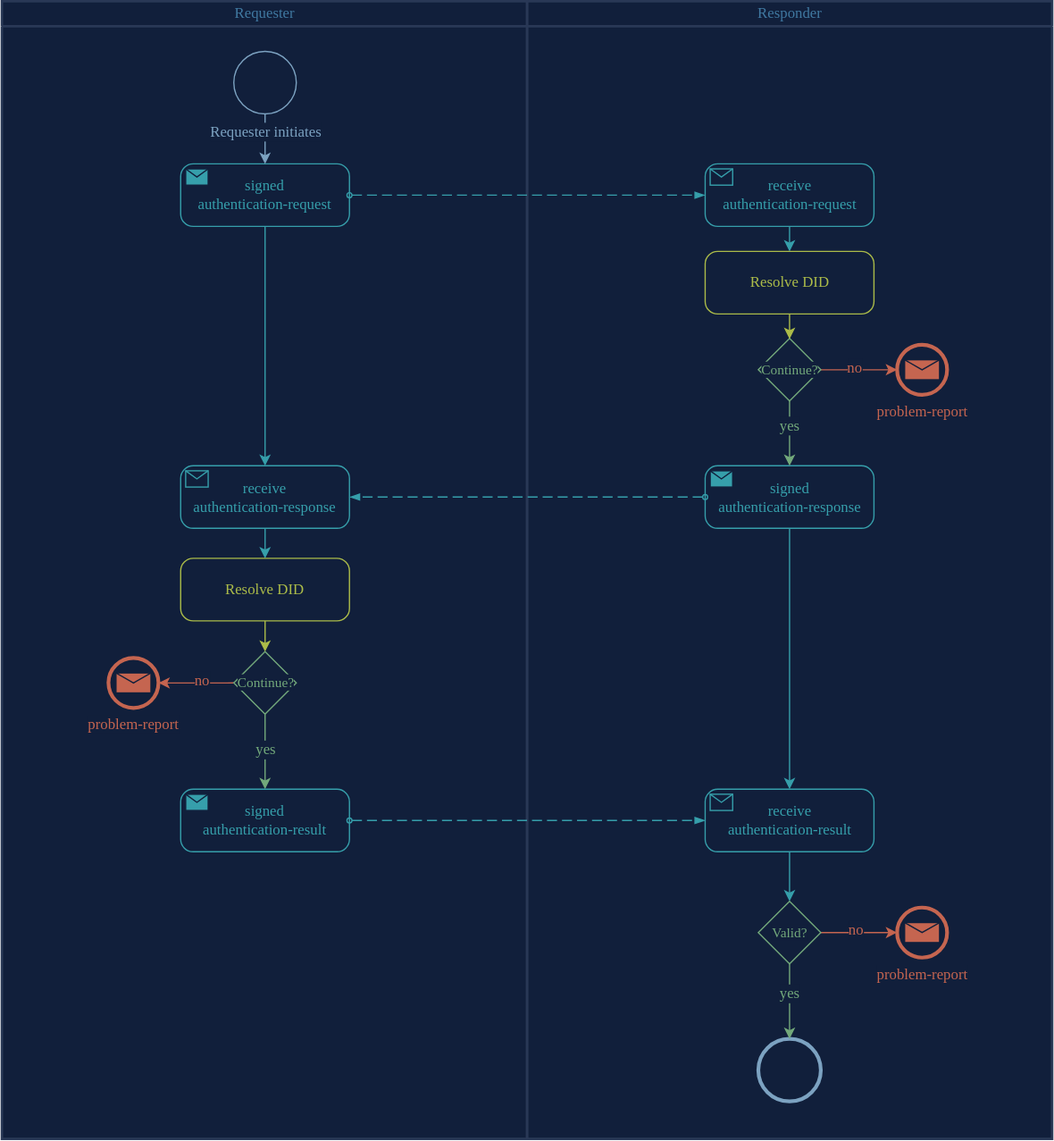
This is documentation/static/img/didcomm/authentication.drawio.svg from JSto91/identity.rs, a draw.io export, as it was before one commit. Source tidied: cells renumbered, new cells last; positions are measured from the earlier drawing's top-left corner, leaving out a move shared by most shapes.
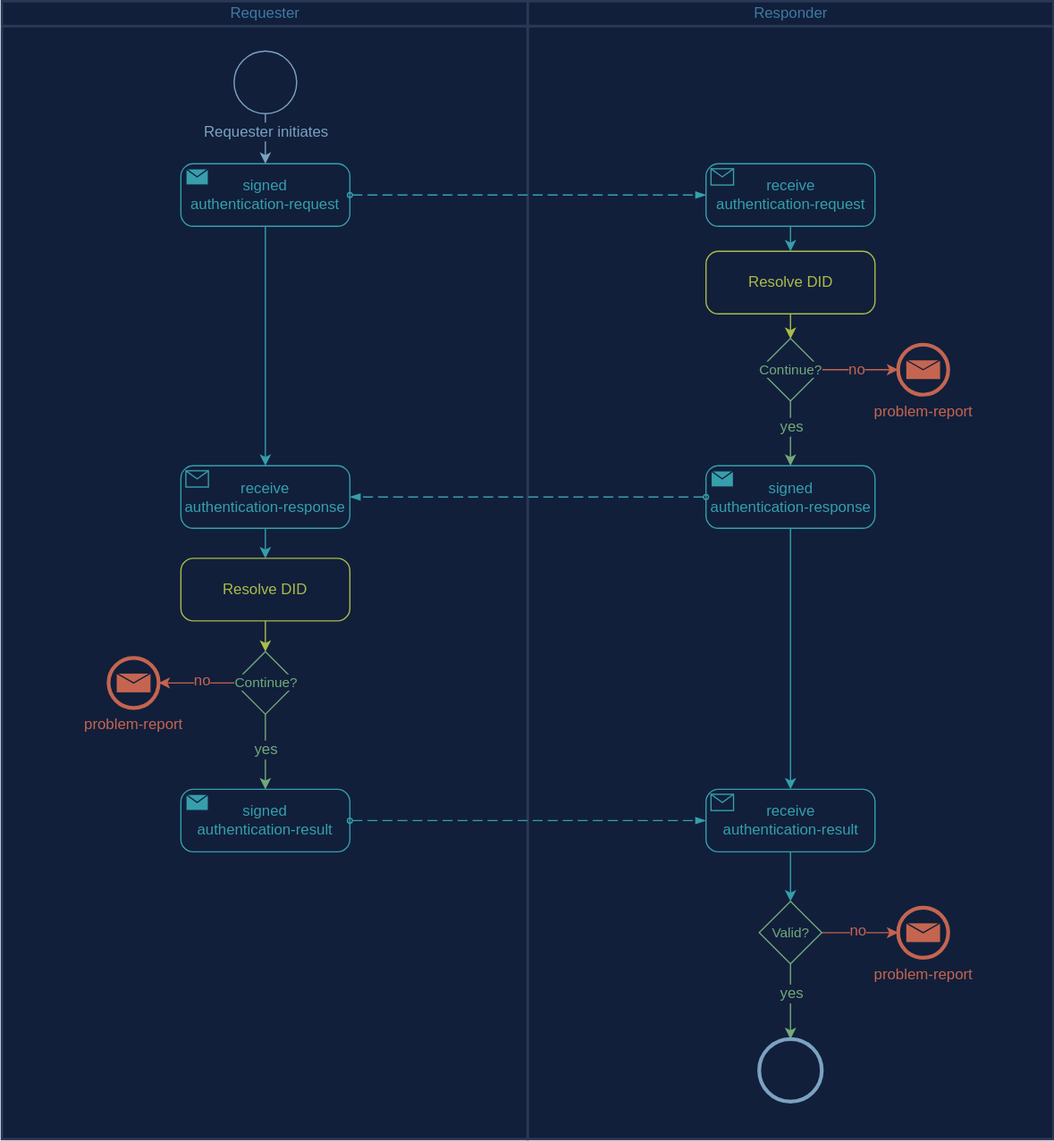
The same diagram one commit later.

Diff of the diagram source:
```diff
@@ -4,3 +4,3 @@
     <mxCell id="1" parent="0" />
-    <mxCell id="2" value="Responder" style="swimlane;html=1;startSize=20;fontStyle=0;horizontal=1;swimlaneLine=1;strokeWidth=2;swimlaneFillColor=#111F3B;fillColor=#111F3B;strokeColor=#293856;fontColor=#4079A1;fontFamily=Tahoma;" parent="1" vertex="1">
+    <mxCell id="2" value="&lt;font face=&quot;Helvetica&quot;&gt;Responder&lt;/font&gt;" style="swimlane;html=1;startSize=20;fontStyle=0;horizontal=1;swimlaneLine=1;strokeWidth=2;swimlaneFillColor=#111F3B;fillColor=#111F3B;strokeColor=#293856;fontColor=#4079A1;fontFamily=Tahoma;" parent="1" vertex="1">
       <mxGeometry x="420" y="0.4" width="420" height="909.6" as="geometry" />
@@ -16,3 +16,3 @@
     </mxCell>
-    <mxCell id="4" value="receive &#10;authentication-request" style="points=[[0.25,0,0],[0.5,0,0],[0.75,0,0],[1,0.25,0],[1,0.5,0],[1,0.75,0],[0.75,1,0],[0.5,1,0],[0.25,1,0],[0,0.75,0],[0,0.5,0],[0,0.25,0]];shape=mxgraph.bpmn.task;whiteSpace=wrap;rectStyle=rounded;size=10;taskMarker=receive;strokeColor=#369FAB;fillColor=#111F3B;fontColor=#369FAB;fontFamily=Tahoma;" parent="2" vertex="1">
+    <mxCell id="4" value="receive &#10;authentication-request" style="points=[[0.25,0,0],[0.5,0,0],[0.75,0,0],[1,0.25,0],[1,0.5,0],[1,0.75,0],[0.75,1,0],[0.5,1,0],[0.25,1,0],[0,0.75,0],[0,0.5,0],[0,0.25,0]];shape=mxgraph.bpmn.task;whiteSpace=wrap;rectStyle=rounded;size=10;taskMarker=receive;strokeColor=#369FAB;fillColor=#111F3B;fontColor=#369FAB;fontFamily=Helvetica;" parent="2" vertex="1">
       <mxGeometry x="142.5" y="130" width="135" height="50" as="geometry" />
@@ -22,3 +22,3 @@
     </mxCell>
-    <mxCell id="6" value="signed&#10;authentication-response" style="points=[[0.25,0,0],[0.5,0,0],[0.75,0,0],[1,0.25,0],[1,0.5,0],[1,0.75,0],[0.75,1,0],[0.5,1,0],[0.25,1,0],[0,0.75,0],[0,0.5,0],[0,0.25,0]];shape=mxgraph.bpmn.task;whiteSpace=wrap;rectStyle=rounded;size=10;taskMarker=send;strokeColor=#369FAB;fillColor=#111F3B;fontColor=#369FAB;fontFamily=Tahoma;" parent="2" vertex="1">
+    <mxCell id="6" value="signed&#10;authentication-response" style="points=[[0.25,0,0],[0.5,0,0],[0.75,0,0],[1,0.25,0],[1,0.5,0],[1,0.75,0],[0.75,1,0],[0.5,1,0],[0.25,1,0],[0,0.75,0],[0,0.5,0],[0,0.25,0]];shape=mxgraph.bpmn.task;whiteSpace=wrap;rectStyle=rounded;size=10;taskMarker=send;strokeColor=#369FAB;fillColor=#111F3B;fontColor=#369FAB;fontFamily=Helvetica;" parent="2" vertex="1">
       <mxGeometry x="142.5" y="371.4" width="135" height="50" as="geometry" />
@@ -28,3 +28,3 @@
     </mxCell>
-    <mxCell id="8" value="no" style="edgeLabel;html=1;align=center;verticalAlign=middle;fontSize=12;labelBackgroundColor=#111F3B;fontColor=#C56550;fontFamily=Tahoma;" parent="7" vertex="1">
+    <mxCell id="8" value="no" style="edgeLabel;html=1;align=center;verticalAlign=middle;fontSize=12;labelBackgroundColor=#111F3B;fontColor=#C56550;fontFamily=Helvetica;" parent="7" vertex="1">
       <mxGeometry x="-0.75" relative="1" as="geometry">
@@ -36,6 +36,6 @@
     </mxCell>
-    <mxCell id="10" value="receive &#10;authentication-result" style="points=[[0.25,0,0],[0.5,0,0],[0.75,0,0],[1,0.25,0],[1,0.5,0],[1,0.75,0],[0.75,1,0],[0.5,1,0],[0.25,1,0],[0,0.75,0],[0,0.5,0],[0,0.25,0]];shape=mxgraph.bpmn.task;whiteSpace=wrap;rectStyle=rounded;size=10;taskMarker=receive;strokeColor=#369FAB;fillColor=#111F3B;fontColor=#369FAB;fontFamily=Tahoma;" parent="2" vertex="1">
+    <mxCell id="10" value="receive &#10;authentication-result" style="points=[[0.25,0,0],[0.5,0,0],[0.75,0,0],[1,0.25,0],[1,0.5,0],[1,0.75,0],[0.75,1,0],[0.5,1,0],[0.25,1,0],[0,0.75,0],[0,0.5,0],[0,0.25,0]];shape=mxgraph.bpmn.task;whiteSpace=wrap;rectStyle=rounded;size=10;taskMarker=receive;strokeColor=#369FAB;fillColor=#111F3B;fontColor=#369FAB;fontFamily=Helvetica;" parent="2" vertex="1">
       <mxGeometry x="142.5" y="630" width="135" height="50" as="geometry" />
     </mxCell>
-    <mxCell id="11" value="problem-report" style="points=[[0.145,0.145,0],[0.5,0,0],[0.855,0.145,0],[1,0.5,0],[0.855,0.855,0],[0.5,1,0],[0.145,0.855,0],[0,0.5,0]];shape=mxgraph.bpmn.event;html=1;verticalLabelPosition=bottom;labelBackgroundColor=#111F3B;verticalAlign=top;align=center;perimeter=ellipsePerimeter;outlineConnect=0;outline=end;symbol=message;fillColor=#111F3B;strokeColor=#C56550;fontColor=#C56550;fontFamily=Tahoma;" parent="2" vertex="1">
+    <mxCell id="11" value="problem-report" style="points=[[0.145,0.145,0],[0.5,0,0],[0.855,0.145,0],[1,0.5,0],[0.855,0.855,0],[0.5,1,0],[0.145,0.855,0],[0,0.5,0]];shape=mxgraph.bpmn.event;html=1;verticalLabelPosition=bottom;labelBackgroundColor=#111F3B;verticalAlign=top;align=center;perimeter=ellipsePerimeter;outlineConnect=0;outline=end;symbol=message;fillColor=#111F3B;strokeColor=#C56550;fontColor=#C56550;fontFamily=Helvetica;" parent="2" vertex="1">
       <mxGeometry x="296" y="274.6" width="40" height="40" as="geometry" />
@@ -45,3 +45,3 @@
     </mxCell>
-    <mxCell id="13" value="yes" style="edgeLabel;html=1;align=center;verticalAlign=middle;fontSize=12;fontColor=#73A97B;labelBackgroundColor=#111F3B;fontFamily=Tahoma;" parent="12" vertex="1">
+    <mxCell id="13" value="yes" style="edgeLabel;html=1;align=center;verticalAlign=middle;fontSize=12;fontColor=#73A97B;labelBackgroundColor=#111F3B;fontFamily=Helvetica;" parent="12" vertex="1">
       <mxGeometry x="0.49" y="1" relative="1" as="geometry">
@@ -50,3 +50,3 @@
     </mxCell>
-    <mxCell id="14" value="Continue?" style="points=[[0.25,0.25,0],[0.5,0,0],[0.75,0.25,0],[1,0.5,0],[0.75,0.75,0],[0.5,1,0],[0.25,0.75,0],[0,0.5,0]];shape=mxgraph.bpmn.gateway2;html=1;verticalLabelPosition=middle;labelBackgroundColor=#111F3B;verticalAlign=middle;align=center;perimeter=rhombusPerimeter;outlineConnect=0;outline=none;symbol=none;fillColor=#111F3B;horizontal=1;labelPosition=center;fontSize=11;strokeColor=#73A97B;fontColor=#73A97B;fontFamily=Tahoma;" parent="2" vertex="1">
+    <mxCell id="14" value="Continue?" style="points=[[0.25,0.25,0],[0.5,0,0],[0.75,0.25,0],[1,0.5,0],[0.75,0.75,0],[0.5,1,0],[0.25,0.75,0],[0,0.5,0]];shape=mxgraph.bpmn.gateway2;html=1;verticalLabelPosition=middle;labelBackgroundColor=#111F3B;verticalAlign=middle;align=center;perimeter=rhombusPerimeter;outlineConnect=0;outline=none;symbol=none;fillColor=#111F3B;horizontal=1;labelPosition=center;fontSize=11;strokeColor=#73A97B;fontColor=#73A97B;fontFamily=Helvetica;" parent="2" vertex="1">
       <mxGeometry x="185" y="269.6" width="50" height="50" as="geometry" />
@@ -62,3 +62,3 @@
     </mxCell>
-    <mxCell id="16" value="Resolve DID" style="points=[[0.25,0,0],[0.5,0,0],[0.75,0,0],[1,0.25,0],[1,0.5,0],[1,0.75,0],[0.75,1,0],[0.5,1,0],[0.25,1,0],[0,0.75,0],[0,0.5,0],[0,0.25,0]];shape=mxgraph.bpmn.task;whiteSpace=wrap;rectStyle=rounded;size=10;taskMarker=abstract;fillColor=#111F3B;fontColor=#ACBC49;strokeColor=#ACBC49;fontFamily=Tahoma;" parent="2" vertex="1">
+    <mxCell id="16" value="Resolve DID" style="points=[[0.25,0,0],[0.5,0,0],[0.75,0,0],[1,0.25,0],[1,0.5,0],[1,0.75,0],[0.75,1,0],[0.5,1,0],[0.25,1,0],[0,0.75,0],[0,0.5,0],[0,0.25,0]];shape=mxgraph.bpmn.task;whiteSpace=wrap;rectStyle=rounded;size=10;taskMarker=abstract;fillColor=#111F3B;fontColor=#ACBC49;strokeColor=#ACBC49;fontFamily=Helvetica;" parent="2" vertex="1">
       <mxGeometry x="142.5" y="200" width="135" height="50" as="geometry" />
@@ -71,3 +71,3 @@
     </mxCell>
-    <mxCell id="19" value="yes" style="edgeLabel;html=1;align=center;verticalAlign=middle;fontSize=12;fontColor=#73A97B;labelBackgroundColor=#111F3B;fontFamily=Tahoma;" parent="18" vertex="1">
+    <mxCell id="19" value="yes" style="edgeLabel;html=1;align=center;verticalAlign=middle;fontSize=12;fontColor=#73A97B;labelBackgroundColor=#111F3B;fontFamily=Helvetica;" parent="18" vertex="1">
       <mxGeometry x="0.51" relative="1" as="geometry">
@@ -79,3 +79,3 @@
     </mxCell>
-    <mxCell id="21" value="no" style="edgeLabel;html=1;align=center;verticalAlign=middle;fontSize=12;labelBackgroundColor=#111F3B;fontColor=#C56550;fontFamily=Tahoma;" parent="20" vertex="1">
+    <mxCell id="21" value="no" style="edgeLabel;html=1;align=center;verticalAlign=middle;fontSize=12;labelBackgroundColor=#111F3B;fontColor=#C56550;fontFamily=Helvetica;" parent="20" vertex="1">
       <mxGeometry x="-0.75" y="-1" relative="1" as="geometry">
@@ -84,9 +84,9 @@
     </mxCell>
-    <mxCell id="22" value="&lt;font&gt;Valid?&lt;/font&gt;" style="points=[[0.25,0.25,0],[0.5,0,0],[0.75,0.25,0],[1,0.5,0],[0.75,0.75,0],[0.5,1,0],[0.25,0.75,0],[0,0.5,0]];shape=mxgraph.bpmn.gateway2;html=1;verticalLabelPosition=middle;labelBackgroundColor=#111F3B;verticalAlign=middle;align=center;perimeter=rhombusPerimeter;outlineConnect=0;outline=none;symbol=none;fillColor=#111F3B;horizontal=1;labelPosition=center;fontSize=11;strokeColor=#73A97B;fontColor=#73A97B;fontFamily=Tahoma;" parent="2" vertex="1">
+    <mxCell id="22" value="&lt;font&gt;Valid?&lt;/font&gt;" style="points=[[0.25,0.25,0],[0.5,0,0],[0.75,0.25,0],[1,0.5,0],[0.75,0.75,0],[0.5,1,0],[0.25,0.75,0],[0,0.5,0]];shape=mxgraph.bpmn.gateway2;html=1;verticalLabelPosition=middle;labelBackgroundColor=#111F3B;verticalAlign=middle;align=center;perimeter=rhombusPerimeter;outlineConnect=0;outline=none;symbol=none;fillColor=#111F3B;horizontal=1;labelPosition=center;fontSize=11;strokeColor=#73A97B;fontColor=#73A97B;fontFamily=Helvetica;" parent="2" vertex="1">
       <mxGeometry x="185" y="719.6" width="50" height="50" as="geometry" />
     </mxCell>
-    <mxCell id="23" value="&lt;font&gt;problem-report&lt;/font&gt;" style="points=[[0.145,0.145,0],[0.5,0,0],[0.855,0.145,0],[1,0.5,0],[0.855,0.855,0],[0.5,1,0],[0.145,0.855,0],[0,0.5,0]];shape=mxgraph.bpmn.event;html=1;verticalLabelPosition=bottom;labelBackgroundColor=#111F3B;verticalAlign=top;align=center;perimeter=ellipsePerimeter;outlineConnect=0;outline=end;symbol=message;fillColor=#111F3B;strokeColor=#C56550;fontColor=#C56550;fontFamily=Tahoma;" parent="2" vertex="1">
+    <mxCell id="23" value="&lt;font&gt;problem-report&lt;/font&gt;" style="points=[[0.145,0.145,0],[0.5,0,0],[0.855,0.145,0],[1,0.5,0],[0.855,0.855,0],[0.5,1,0],[0.145,0.855,0],[0,0.5,0]];shape=mxgraph.bpmn.event;html=1;verticalLabelPosition=bottom;labelBackgroundColor=#111F3B;verticalAlign=top;align=center;perimeter=ellipsePerimeter;outlineConnect=0;outline=end;symbol=message;fillColor=#111F3B;strokeColor=#C56550;fontColor=#C56550;fontFamily=Helvetica;" parent="2" vertex="1">
       <mxGeometry x="296" y="724.6" width="40" height="40" as="geometry" />
     </mxCell>
-    <mxCell id="24" value="Requester" style="swimlane;html=1;startSize=20;fontStyle=0;horizontal=1;swimlaneLine=1;strokeWidth=2;swimlaneFillColor=#111F3B;fillColor=#111F3B;strokeColor=#293856;fontColor=#4079A1;fontFamily=Tahoma;" parent="1" vertex="1">
+    <mxCell id="24" value="&lt;font face=&quot;Helvetica&quot;&gt;Requester&lt;/font&gt;" style="swimlane;html=1;startSize=20;fontStyle=0;horizontal=1;swimlaneLine=1;strokeWidth=2;swimlaneFillColor=#111F3B;fillColor=#111F3B;strokeColor=#293856;fontColor=#4079A1;fontFamily=Tahoma;" parent="1" vertex="1">
       <mxGeometry y="0.4" width="420" height="909.6" as="geometry" />
@@ -96,3 +96,3 @@
     </mxCell>
-    <mxCell id="26" value="signed&#10;authentication-request" style="points=[[0.25,0,0],[0.5,0,0],[0.75,0,0],[1,0.25,0],[1,0.5,0],[1,0.75,0],[0.75,1,0],[0.5,1,0],[0.25,1,0],[0,0.75,0],[0,0.5,0],[0,0.25,0]];shape=mxgraph.bpmn.task;whiteSpace=wrap;rectStyle=rounded;size=10;taskMarker=send;strokeColor=#369FAB;fillColor=#111F3B;fontColor=#369FAB;fontFamily=Tahoma;" parent="24" vertex="1">
+    <mxCell id="26" value="signed&#10;authentication-request" style="points=[[0.25,0,0],[0.5,0,0],[0.75,0,0],[1,0.25,0],[1,0.5,0],[1,0.75,0],[0.75,1,0],[0.5,1,0],[0.25,1,0],[0,0.75,0],[0,0.5,0],[0,0.25,0]];shape=mxgraph.bpmn.task;whiteSpace=wrap;rectStyle=rounded;size=10;taskMarker=send;strokeColor=#369FAB;fillColor=#111F3B;fontColor=#369FAB;fontFamily=Helvetica;" parent="24" vertex="1">
       <mxGeometry x="143" y="130" width="135" height="50" as="geometry" />
@@ -102,3 +102,3 @@
     </mxCell>
-    <mxCell id="28" value="Requester initiates" style="edgeLabel;html=1;align=center;verticalAlign=middle;fontSize=12;labelBackgroundColor=#111F3B;fontColor=#7CA2C1;fontFamily=Tahoma;" parent="27" vertex="1">
+    <mxCell id="28" value="Requester initiates" style="edgeLabel;html=1;align=center;verticalAlign=middle;fontSize=12;labelBackgroundColor=#111F3B;fontColor=#7CA2C1;fontFamily=Helvetica;" parent="27" vertex="1">
       <mxGeometry x="0.1" relative="1" as="geometry">
@@ -113,3 +113,3 @@
     </mxCell>
-    <mxCell id="31" value="receive &#10;authentication-response" style="points=[[0.25,0,0],[0.5,0,0],[0.75,0,0],[1,0.25,0],[1,0.5,0],[1,0.75,0],[0.75,1,0],[0.5,1,0],[0.25,1,0],[0,0.75,0],[0,0.5,0],[0,0.25,0]];shape=mxgraph.bpmn.task;whiteSpace=wrap;rectStyle=rounded;size=10;taskMarker=receive;strokeColor=#369FAB;fillColor=#111F3B;fontColor=#369FAB;fontFamily=Tahoma;" parent="24" vertex="1">
+    <mxCell id="31" value="receive &#10;authentication-response" style="points=[[0.25,0,0],[0.5,0,0],[0.75,0,0],[1,0.25,0],[1,0.5,0],[1,0.75,0],[0.75,1,0],[0.5,1,0],[0.25,1,0],[0,0.75,0],[0,0.5,0],[0,0.25,0]];shape=mxgraph.bpmn.task;whiteSpace=wrap;rectStyle=rounded;size=10;taskMarker=receive;strokeColor=#369FAB;fillColor=#111F3B;fontColor=#369FAB;fontFamily=Helvetica;" parent="24" vertex="1">
       <mxGeometry x="143" y="371.4" width="135" height="50" as="geometry" />
@@ -119,3 +119,3 @@
     </mxCell>
-    <mxCell id="33" value="yes" style="edgeLabel;html=1;align=center;verticalAlign=middle;fontSize=12;fontColor=#73A97B;labelBackgroundColor=#111F3B;fontFamily=Tahoma;" parent="32" vertex="1">
+    <mxCell id="33" value="yes" style="edgeLabel;html=1;align=center;verticalAlign=middle;fontSize=12;fontColor=#73A97B;labelBackgroundColor=#111F3B;fontFamily=Helvetica;" parent="32" vertex="1">
       <mxGeometry x="0.51" relative="1" as="geometry">
@@ -124,6 +124,6 @@
     </mxCell>
-    <mxCell id="34" value="signed&#10;authentication-result" style="points=[[0.25,0,0],[0.5,0,0],[0.75,0,0],[1,0.25,0],[1,0.5,0],[1,0.75,0],[0.75,1,0],[0.5,1,0],[0.25,1,0],[0,0.75,0],[0,0.5,0],[0,0.25,0]];shape=mxgraph.bpmn.task;whiteSpace=wrap;rectStyle=rounded;size=10;taskMarker=send;strokeColor=#369FAB;fillColor=#111F3B;fontColor=#369FAB;fontFamily=Tahoma;" parent="24" vertex="1">
+    <mxCell id="34" value="signed&#10;authentication-result" style="points=[[0.25,0,0],[0.5,0,0],[0.75,0,0],[1,0.25,0],[1,0.5,0],[1,0.75,0],[0.75,1,0],[0.5,1,0],[0.25,1,0],[0,0.75,0],[0,0.5,0],[0,0.25,0]];shape=mxgraph.bpmn.task;whiteSpace=wrap;rectStyle=rounded;size=10;taskMarker=send;strokeColor=#369FAB;fillColor=#111F3B;fontColor=#369FAB;fontFamily=Helvetica;" parent="24" vertex="1">
       <mxGeometry x="143" y="630" width="135" height="50" as="geometry" />
     </mxCell>
-    <mxCell id="35" value="&lt;font&gt;problem-report&lt;/font&gt;" style="points=[[0.145,0.145,0],[0.5,0,0],[0.855,0.145,0],[1,0.5,0],[0.855,0.855,0],[0.5,1,0],[0.145,0.855,0],[0,0.5,0]];shape=mxgraph.bpmn.event;html=1;verticalLabelPosition=bottom;labelBackgroundColor=#111F3B;verticalAlign=top;align=center;perimeter=ellipsePerimeter;outlineConnect=0;outline=end;symbol=message;fillColor=#111F3B;strokeColor=#C56550;fontColor=#C56550;fontFamily=Tahoma;" parent="24" vertex="1">
+    <mxCell id="35" value="&lt;font&gt;problem-report&lt;/font&gt;" style="points=[[0.145,0.145,0],[0.5,0,0],[0.855,0.145,0],[1,0.5,0],[0.855,0.855,0],[0.5,1,0],[0.145,0.855,0],[0,0.5,0]];shape=mxgraph.bpmn.event;html=1;verticalLabelPosition=bottom;labelBackgroundColor=#111F3B;verticalAlign=top;align=center;perimeter=ellipsePerimeter;outlineConnect=0;outline=end;symbol=message;fillColor=#111F3B;strokeColor=#C56550;fontColor=#C56550;fontFamily=Helvetica;" parent="24" vertex="1">
       <mxGeometry x="85.2" y="525" width="40" height="40" as="geometry" />
@@ -138,3 +138,3 @@
     </mxCell>
-    <mxCell id="37" value="no" style="edgeLabel;html=1;align=center;verticalAlign=middle;fontSize=12;labelBackgroundColor=#111F3B;fontColor=#C56550;fontFamily=Tahoma;" parent="36" vertex="1">
+    <mxCell id="37" value="no" style="edgeLabel;html=1;align=center;verticalAlign=middle;fontSize=12;labelBackgroundColor=#111F3B;fontColor=#C56550;fontFamily=Helvetica;" parent="36" vertex="1">
       <mxGeometry x="0.22" y="1" relative="1" as="geometry">
@@ -143,3 +143,3 @@
     </mxCell>
-    <mxCell id="38" value="Continue?" style="points=[[0.25,0.25,0],[0.5,0,0],[0.75,0.25,0],[1,0.5,0],[0.75,0.75,0],[0.5,1,0],[0.25,0.75,0],[0,0.5,0]];shape=mxgraph.bpmn.gateway2;html=1;verticalLabelPosition=middle;labelBackgroundColor=#111F3B;verticalAlign=middle;align=center;perimeter=rhombusPerimeter;outlineConnect=0;outline=none;symbol=none;fillColor=#111F3B;horizontal=1;labelPosition=center;fontSize=11;strokeColor=#73A97B;fontColor=#73A97B;fontFamily=Tahoma;" parent="24" vertex="1">
+    <mxCell id="38" value="Continue?" style="points=[[0.25,0.25,0],[0.5,0,0],[0.75,0.25,0],[1,0.5,0],[0.75,0.75,0],[0.5,1,0],[0.25,0.75,0],[0,0.5,0]];shape=mxgraph.bpmn.gateway2;html=1;verticalLabelPosition=middle;labelBackgroundColor=#111F3B;verticalAlign=middle;align=center;perimeter=rhombusPerimeter;outlineConnect=0;outline=none;symbol=none;fillColor=#111F3B;horizontal=1;labelPosition=center;fontSize=11;strokeColor=#73A97B;fontColor=#73A97B;fontFamily=Helvetica;" parent="24" vertex="1">
       <mxGeometry x="185.5" y="520" width="50" height="50" as="geometry" />
@@ -149,3 +149,3 @@
     </mxCell>
-    <mxCell id="40" value="Resolve DID" style="points=[[0.25,0,0],[0.5,0,0],[0.75,0,0],[1,0.25,0],[1,0.5,0],[1,0.75,0],[0.75,1,0],[0.5,1,0],[0.25,1,0],[0,0.75,0],[0,0.5,0],[0,0.25,0]];shape=mxgraph.bpmn.task;whiteSpace=wrap;rectStyle=rounded;size=10;taskMarker=abstract;fillColor=#111F3B;fontColor=#ACBC49;strokeColor=#ACBC49;fontFamily=Tahoma;" parent="24" vertex="1">
+    <mxCell id="40" value="Resolve DID" style="points=[[0.25,0,0],[0.5,0,0],[0.75,0,0],[1,0.25,0],[1,0.5,0],[1,0.75,0],[0.75,1,0],[0.5,1,0],[0.25,1,0],[0,0.75,0],[0,0.5,0],[0,0.25,0]];shape=mxgraph.bpmn.task;whiteSpace=wrap;rectStyle=rounded;size=10;taskMarker=abstract;fillColor=#111F3B;fontColor=#ACBC49;strokeColor=#ACBC49;fontFamily=Helvetica;" parent="24" vertex="1">
       <mxGeometry x="143" y="445.4" width="135" height="50" as="geometry" />
```
